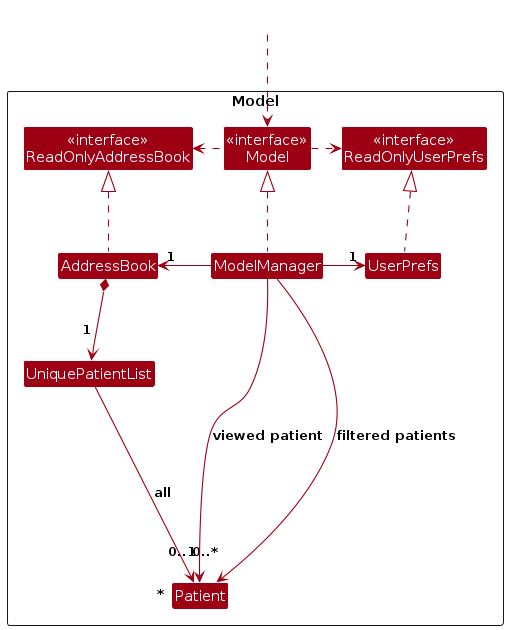
The PlantUML diagram diagrams/ModelClassDiagram.png in AY2627S1-CS2103T-W08-1/tp, before a commit. Its source is kept beside it as diagrams/ModelClassDiagram.puml.
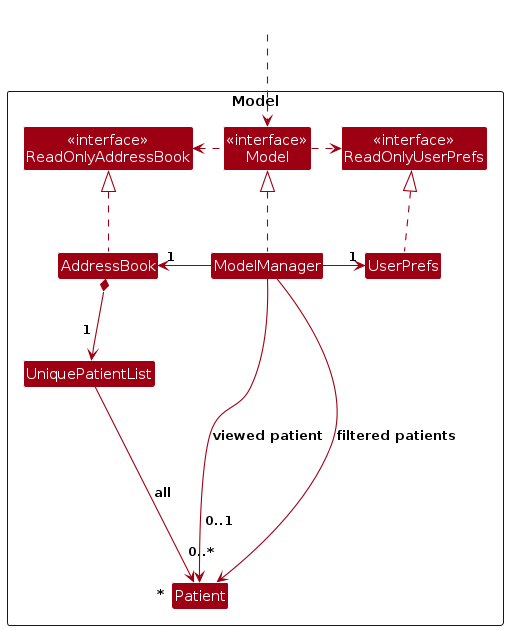
After the change.

The edit, as a diff of the source:
```diff
@@ -40,6 +40,6 @@
 UniquePatientList -[hidden]right-> I
 
 
-ModelManager --> "0..*\n" Patient : filtered patients
-ModelManager --> "0..1\n" Patient : viewed patient
+ModelManager --> "      0..*\n" Patient : filtered patients
+ModelManager --> "0..1      \n\n\n" Patient : viewed patient
 @enduml
```
